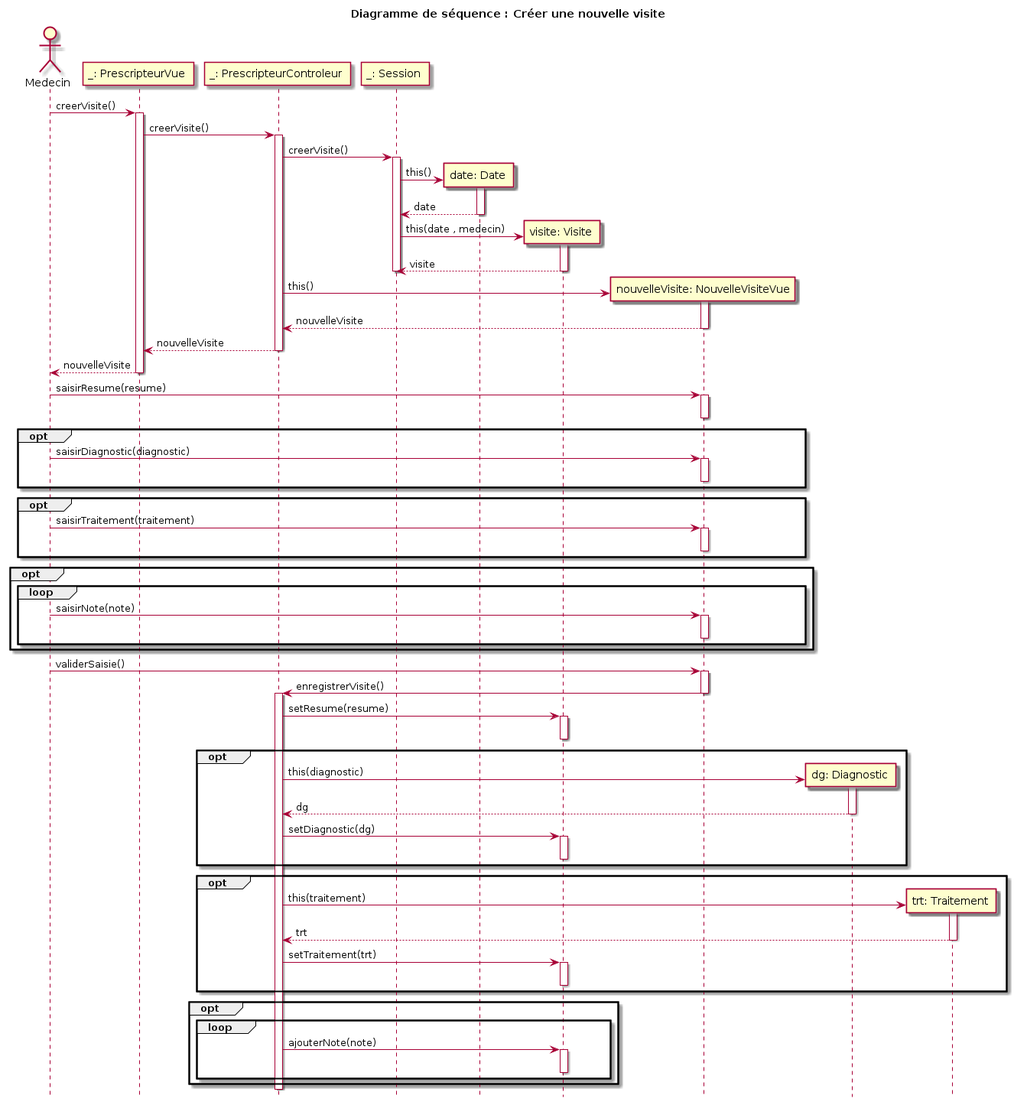
This is models/sequence_diagram_nouvelle_visite.png from fethiuqam/INF5153-Projet-Session, a PlantUML export, as it was before one commit.
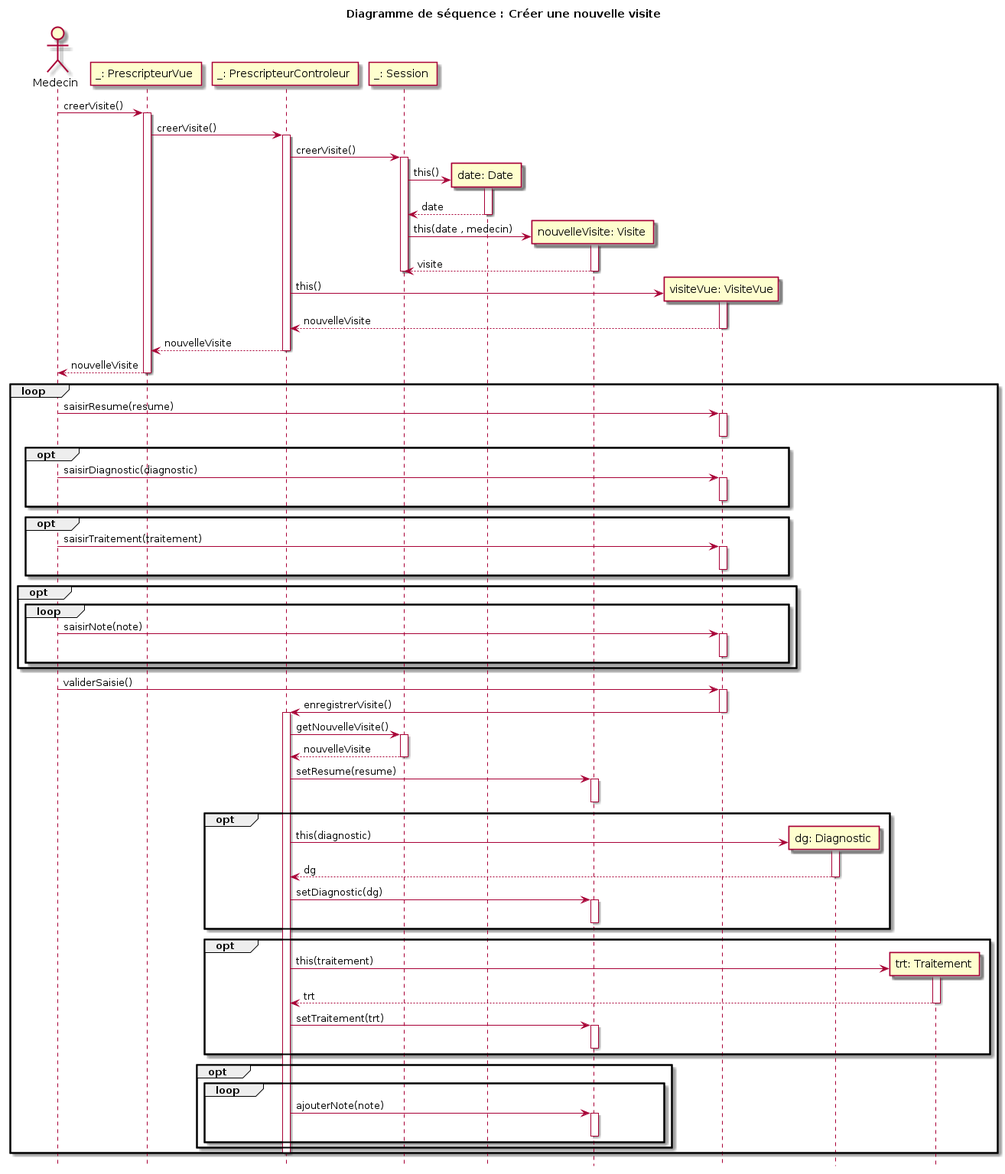
Above is the later version.

Commit message:
modification du diag seq creer visite

The edit, as a diff of the source:
```diff
@@ -21,14 +21,14 @@
         dt --> ssn : date
         deactivate dt
 
-        create participant "visite: Visite " as v
+        create participant "nouvelleVisite: Visite " as v
         ssn -> v : this(date , medecin)
         activate v
         v --> ssn : visite
         deactivate v
     deactivate ssn
 
-    create participant "nouvelleVisite: NouvelleVisiteVue" as nvf
+    create participant "visiteVue: VisiteVue" as nvf
     pc -> nvf: this()
     activate nvf
     nvf --> pc : nouvelleVisite
@@ -37,6 +37,8 @@
 deactivate pc
 pv --> med : nouvelleVisite
 deactivate pv
+
+loop
 
 med -> nvf : saisirResume(resume)
 activate nvf
@@ -64,43 +66,48 @@
 
 med -> nvf : validerSaisie()
 activate nvf
-    nvf -> pc : enregistrerVisite()
-    deactivate nvf
-    activate pc
-    pc -> v : setResume(resume)
-    activate v
-    deactivate v
+nvf -> pc : enregistrerVisite()
+deactivate nvf
+activate pc
+pc -> ssn : getNouvelleVisite()
+    activate ssn
+    ssn --> pc : nouvelleVisite
+    deactivate ssn
+pc -> v : setResume(resume)
+activate v
+deactivate v
 
-    opt
-    create participant "dg: Diagnostic " as dg
-        pc -> dg : this(diagnostic)
-        activate dg
-        dg --> pc : dg
-        deactivate dg
-    pc -> v : setDiagnostic(dg)
-    activate v
-    deactivate v
-    end
+opt
+create participant "dg: Diagnostic " as dg
+    pc -> dg : this(diagnostic)
+    activate dg
+    dg --> pc : dg
+    deactivate dg
+pc -> v : setDiagnostic(dg)
+activate v
+deactivate v
+end
 
-    opt
-    create participant "trt: Traitement " as trt
-        pc -> trt : this(traitement)
-        activate trt
-        trt --> pc : trt
-        deactivate trt
-    pc -> v : setTraitement(trt)
-    activate v
-    deactivate v
-    end
+opt
+create participant "trt: Traitement " as trt
+    pc -> trt : this(traitement)
+    activate trt
+    trt --> pc : trt
+    deactivate trt
+pc -> v : setTraitement(trt)
+activate v
+deactivate v
+end
 
-    opt
-    loop
-    pc -> v : ajouterNote(note)
-    activate v
-    deactivate v
-    end
-    end
+opt
+loop
+pc -> v : ajouterNote(note)
+activate v
+deactivate v
+end
+end
+deactivate pc
 
-    deactivate pc
+end
 
 @enduml
```
